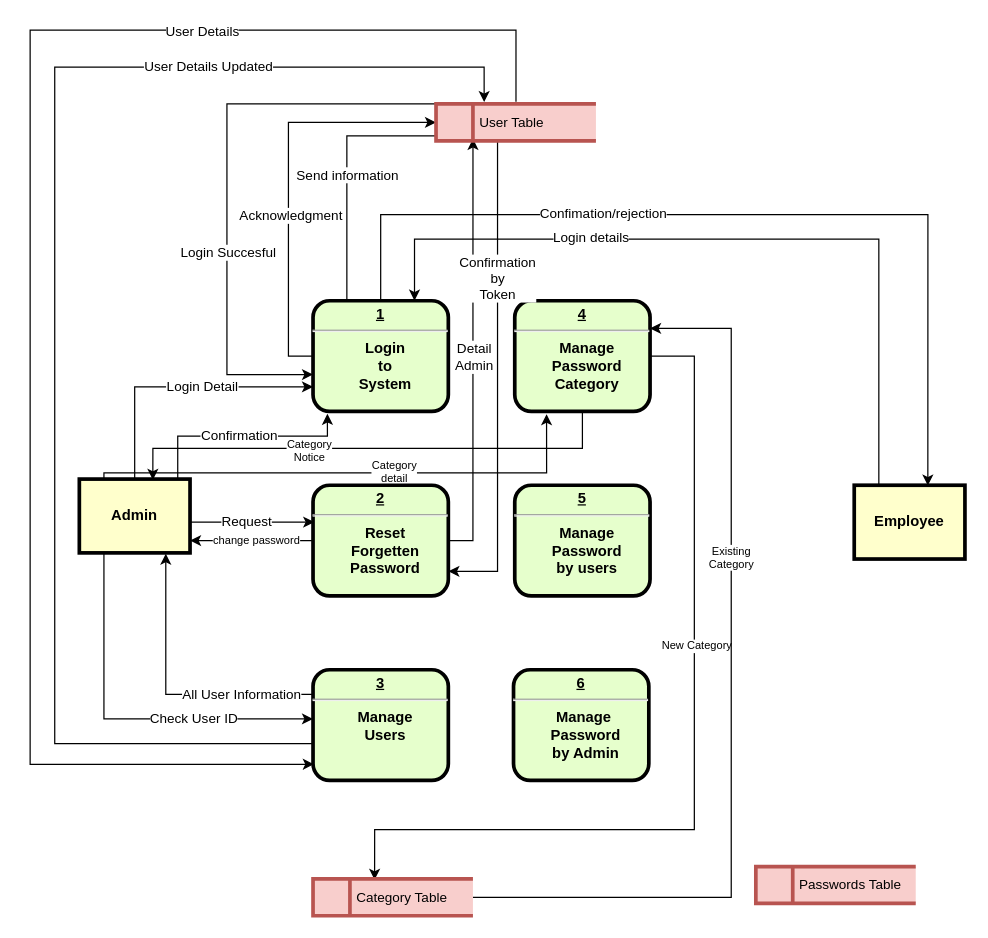
Before: Başlıksız Diyagram (7).drawio in Mhmeet/MVCProjeCampi, a draw.io diagram. Source tidied: cells renumbered, new cells numbered last; positions are measured from the earlier drawing's top-left corner, leaving out a move shared by most shapes. Both pictures are drawn from the tidied source at 123%, with x=0, y=0 at pixel (30, 30).
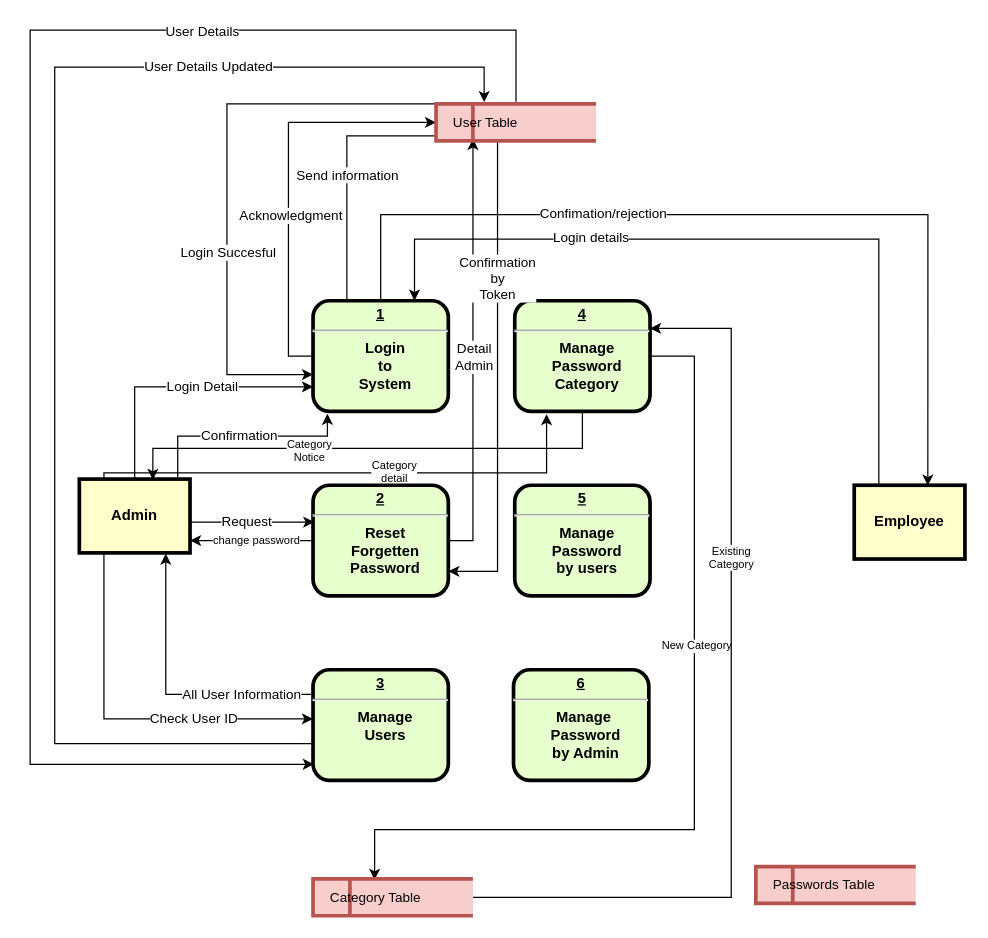
After the change.

Change to the diagram source:
```diff
@@
-    <mxCell id="46" value="&lt;span style=&quot;white-space: pre;&quot;&gt;&#9;&amp;nbsp;&lt;/span&gt;&amp;nbsp;User Table" style="html=1;dashed=0;whitespace=wrap;shape=mxgraph.dfd.dataStoreID;align=left;spacingLeft=3;points=[[0,0],[0.5,0],[1,0],[0,0.5],[1,0.5],[0,1],[0.5,1],[1,1]];fontFamily=Helvetica;fontSize=11;shadow=0;strokeWidth=3;fillColor=#f8cecc;strokeColor=#b85450;" parent="1" vertex="1">
+    <mxCell id="46" value="&lt;span style=&quot;white-space: pre;&quot;&gt; &amp;nbsp;&lt;/span&gt;&amp;nbsp;User Table" style="html=1;dashed=0;whitespace=wrap;shape=mxgraph.dfd.dataStoreID;align=left;spacingLeft=3;points=[[0,0],[0.5,0],[1,0],[0,0.5],[1,0.5],[0,1],[0.5,1],[1,1]];fontFamily=Helvetica;fontSize=11;shadow=0;strokeWidth=3;fillColor=#f8cecc;strokeColor=#b85450;" parent="1" vertex="1">
       <mxGeometry x="330" y="60" width="130" height="30" as="geometry" />
     </mxCell>
-    <mxCell id="47" value="&lt;span style=&quot;white-space: pre;&quot;&gt;&#9;&amp;nbsp;&lt;/span&gt;&amp;nbsp;Passwords Table" style="html=1;dashed=0;whitespace=wrap;shape=mxgraph.dfd.dataStoreID;align=left;spacingLeft=3;fontFamily=Helvetica;fontSize=11;shadow=0;strokeWidth=3;fillColor=#f8cecc;strokeColor=#b85450;" parent="1" vertex="1">
+    <mxCell id="47" value="&lt;span style=&quot;white-space: pre;&quot;&gt; &amp;nbsp;&lt;/span&gt;&amp;nbsp;Passwords Table" style="html=1;dashed=0;whitespace=wrap;shape=mxgraph.dfd.dataStoreID;align=left;spacingLeft=3;fontFamily=Helvetica;fontSize=11;shadow=0;strokeWidth=3;fillColor=#f8cecc;strokeColor=#b85450;" parent="1" vertex="1">
       <mxGeometry x="590" y="680" width="130" height="30" as="geometry" />
     </mxCell>
@@
-    <mxCell id="50" value="&lt;span style=&quot;white-space: pre;&quot;&gt;&#9;&amp;nbsp;&lt;/span&gt;&amp;nbsp;Category Table" style="html=1;dashed=0;whitespace=wrap;shape=mxgraph.dfd.dataStoreID;align=left;spacingLeft=3;points=[[0,0],[0.5,0],[1,0],[0,0.5],[1,0.5],[0,1],[0.5,1],[1,1]];fontFamily=Helvetica;fontSize=11;shadow=0;strokeWidth=3;fillColor=#f8cecc;strokeColor=#b85450;" parent="1" vertex="1">
+    <mxCell id="50" value="&lt;span style=&quot;white-space: pre;&quot;&gt; &amp;nbsp;&lt;/span&gt;&amp;nbsp;Category Table" style="html=1;dashed=0;whitespace=wrap;shape=mxgraph.dfd.dataStoreID;align=left;spacingLeft=3;points=[[0,0],[0.5,0],[1,0],[0,0.5],[1,0.5],[0,1],[0.5,1],[1,1]];fontFamily=Helvetica;fontSize=11;shadow=0;strokeWidth=3;fillColor=#f8cecc;strokeColor=#b85450;" parent="1" vertex="1">
       <mxGeometry x="230" y="690" width="130" height="30" as="geometry" />
     </mxCell>
```
